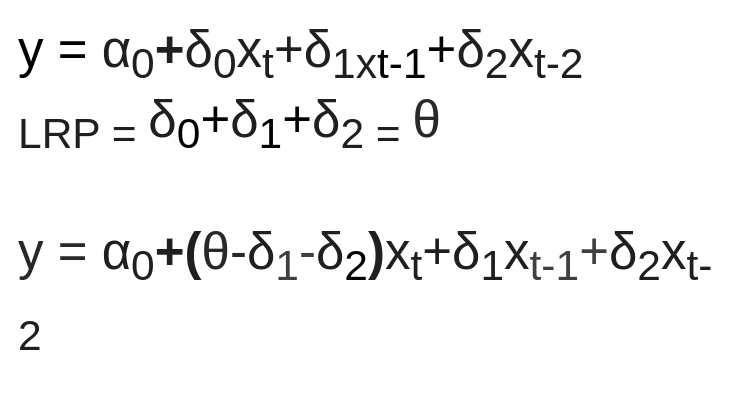
This is 03-time-ser/LRP.drawio from MLargo-bit/Econometrics, a draw.io file, before an edit. Source tidied: cells renumbered, new cells numbered last; positions are measured from the earlier drawing's top-left corner, leaving out a move shared by most shapes. Both pictures are drawn from the tidied source at 100%, with x=0, y=0 at pixel (17, 17).
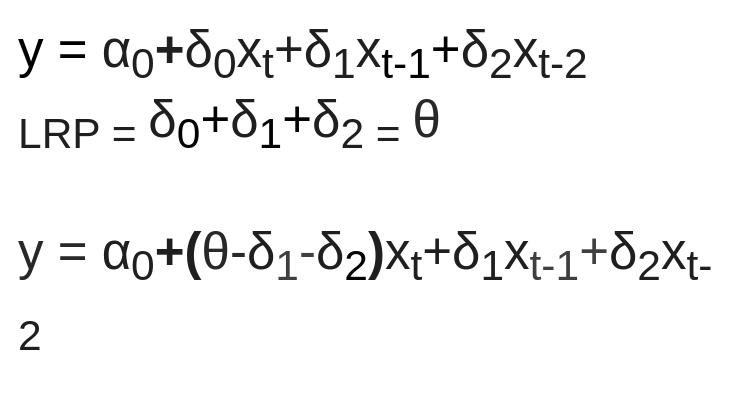
After the change.

Diff of the diagram source:
```diff
@@
 <mxGraphModel>
   <root>
     <mxCell id="0" />
     <mxCell id="1" parent="0" />
-    <mxCell id="2" value="&lt;div style=&quot;text-align: left;&quot;&gt;&lt;font style=&quot;font-size: 51px;&quot; face=&quot;Helvetica&quot;&gt;&lt;font style=&quot;background-color: transparent;&quot;&gt;y =&amp;nbsp;&lt;span style=&quot;background-color: rgb(255, 255, 255); color: rgb(31, 31, 31);&quot;&gt;α&lt;sub&gt;0&lt;/sub&gt;&lt;b&gt;+&lt;/b&gt;&lt;/span&gt;&lt;span style=&quot;background-color: rgb(255, 255, 255); color: rgb(31, 31, 31);&quot;&gt;δ&lt;sub&gt;0&lt;/sub&gt;x&lt;sub&gt;t&lt;/sub&gt;+&lt;/span&gt;&lt;/font&gt;&lt;span style=&quot;background-color: rgb(255, 255, 255); color: rgb(31, 31, 31);&quot;&gt;δ&lt;sub&gt;1&lt;/sub&gt;&lt;/span&gt;&lt;span style=&quot;background-color: rgb(255, 255, 255); color: rgb(31, 31, 31);&quot;&gt;&lt;sub&gt;&lt;font&gt;x&lt;/font&gt;&lt;/sub&gt;&lt;/span&gt;&lt;span style=&quot;background-color: transparent;&quot;&gt;&lt;font style=&quot;background-color: rgb(255, 255, 255);&quot;&gt;&lt;sub&gt;t-1&lt;/sub&gt;+&lt;/font&gt;&lt;/span&gt;&lt;span style=&quot;background-color: rgb(255, 255, 255); color: rgb(31, 31, 31);&quot;&gt;δ&lt;/span&gt;&lt;span style=&quot;background-color: rgb(255, 255, 255); color: rgb(31, 31, 31);&quot;&gt;&lt;sub&gt;2&lt;/sub&gt;&lt;/span&gt;&lt;span style=&quot;background-color: rgb(255, 255, 255); color: rgb(31, 31, 31);&quot;&gt;x&lt;sub&gt;t-2&lt;/sub&gt;&lt;/span&gt;&lt;/font&gt;&lt;/div&gt;&lt;div style=&quot;text-align: left;&quot;&gt;&lt;font style=&quot;font-size: 51px;&quot; face=&quot;Helvetica&quot;&gt;&lt;font style=&quot;&quot;&gt;&lt;span style=&quot;color: rgb(31, 31, 31); background-color: rgb(255, 255, 255);&quot;&gt;&lt;sub style=&quot;&quot;&gt;LRP =&amp;nbsp;&lt;/sub&gt;&lt;/span&gt;&lt;span style=&quot;color: rgb(31, 31, 31); background-color: rgb(255, 255, 255);&quot;&gt;δ&lt;/span&gt;&lt;sub style=&quot;background-color: transparent;&quot;&gt;0&lt;/sub&gt;&lt;span style=&quot;background-color: transparent;&quot;&gt;+&lt;/span&gt;&lt;span style=&quot;color: rgb(31, 31, 31); background-color: rgb(255, 255, 255);&quot;&gt;δ&lt;/span&gt;&lt;sub style=&quot;background-color: transparent;&quot;&gt;1&lt;/sub&gt;&lt;span style=&quot;background-color: transparent;&quot;&gt;+&lt;/span&gt;&lt;span style=&quot;color: rgb(31, 31, 31); background-color: rgb(255, 255, 255);&quot;&gt;δ&lt;sub&gt;2 =&amp;nbsp;&lt;/sub&gt;&lt;/span&gt;&lt;/font&gt;&lt;span style=&quot;background-color: rgb(255, 255, 255); color: rgb(40, 40, 40);&quot;&gt;θ&lt;/span&gt;&lt;/font&gt;&lt;/div&gt;&lt;div style=&quot;text-align: left;&quot;&gt;&lt;font style=&quot;font-size: 51px;&quot; face=&quot;Helvetica&quot;&gt;&lt;span style=&quot;background-color: rgb(255, 255, 255); color: rgb(40, 40, 40);&quot;&gt;&lt;br&gt;&lt;/span&gt;&lt;/font&gt;&lt;/div&gt;&lt;div style=&quot;text-align: left;&quot;&gt;&lt;font style=&quot;font-size: 51px;&quot;&gt;&lt;font style=&quot;&quot; face=&quot;Helvetica&quot;&gt;&lt;span style=&quot;background-color: rgb(255, 255, 255); color: rgb(40, 40, 40);&quot;&gt;y =&amp;nbsp;&lt;/span&gt;&lt;/font&gt;&lt;font style=&quot;background-color: transparent; color: rgb(63, 63, 63);&quot;&gt;&lt;span style=&quot;background-color: rgb(255, 255, 255); color: rgb(31, 31, 31);&quot;&gt;α&lt;sub&gt;0&lt;/sub&gt;&lt;b&gt;+(&lt;/b&gt;&lt;/span&gt;&lt;/font&gt;&lt;span style=&quot;background-color: rgb(255, 255, 255); color: rgb(40, 40, 40);&quot;&gt;θ-&lt;/span&gt;&lt;span style=&quot;background-color: rgb(255, 255, 255); color: rgb(31, 31, 31);&quot;&gt;δ&lt;/span&gt;&lt;sub style=&quot;background-color: transparent; color: rgb(63, 63, 63);&quot;&gt;1&lt;/sub&gt;&lt;span style=&quot;background-color: transparent; color: rgb(63, 63, 63);&quot;&gt;-&lt;/span&gt;&lt;span style=&quot;color: rgb(31, 31, 31); background-color: rgb(255, 255, 255);&quot;&gt;δ&lt;/span&gt;&lt;sub style=&quot;background-color: transparent;&quot;&gt;2&lt;/sub&gt;&lt;font style=&quot;color: rgb(63, 63, 63); background-color: transparent;&quot;&gt;&lt;span style=&quot;background-color: rgb(255, 255, 255); color: rgb(31, 31, 31);&quot;&gt;&lt;b&gt;)&lt;/b&gt;&lt;/span&gt;&lt;span style=&quot;background-color: rgb(255, 255, 255); color: rgb(31, 31, 31);&quot;&gt;x&lt;sub&gt;t&lt;/sub&gt;+&lt;/span&gt;&lt;/font&gt;&lt;span style=&quot;background-color: rgb(255, 255, 255); color: rgb(31, 31, 31);&quot;&gt;δ&lt;sub&gt;1&lt;/sub&gt;&lt;/span&gt;&lt;span style=&quot;background-color: rgb(255, 255, 255); color: rgb(31, 31, 31);&quot;&gt;x&lt;/span&gt;&lt;span style=&quot;color: rgb(63, 63, 63); background-color: transparent;&quot;&gt;&lt;font style=&quot;background-color: rgb(255, 255, 255);&quot;&gt;&lt;sub&gt;t-1&lt;/sub&gt;+&lt;/font&gt;&lt;/span&gt;&lt;span style=&quot;background-color: rgb(255, 255, 255); color: rgb(31, 31, 31);&quot;&gt;δ&lt;/span&gt;&lt;span style=&quot;background-color: rgb(255, 255, 255); color: rgb(31, 31, 31);&quot;&gt;&lt;sub&gt;2&lt;/sub&gt;&lt;/span&gt;&lt;span style=&quot;background-color: rgb(255, 255, 255); color: rgb(31, 31, 31);&quot;&gt;x&lt;sub&gt;t-2&lt;/sub&gt;&lt;/span&gt;&lt;/font&gt;&lt;/div&gt;&lt;div style=&quot;text-align: left;&quot;&gt;&lt;br&gt;&lt;/div&gt;&lt;div&gt;&lt;br&gt;&lt;/div&gt;" style="text;html=1;align=center;verticalAlign=middle;whiteSpace=wrap;rounded=0;" parent="1" vertex="1">
+    <mxCell id="2" value="&lt;div style=&quot;text-align: left;&quot;&gt;&lt;font style=&quot;&quot; face=&quot;Helvetica&quot;&gt;&lt;font style=&quot;font-size: 51px; background-color: transparent;&quot;&gt;y =&amp;nbsp;&lt;span style=&quot;background-color: rgb(255, 255, 255); color: rgb(31, 31, 31);&quot;&gt;α&lt;sub&gt;0&lt;/sub&gt;&lt;b&gt;+&lt;/b&gt;&lt;/span&gt;&lt;span style=&quot;background-color: rgb(255, 255, 255); color: rgb(31, 31, 31);&quot;&gt;δ&lt;sub&gt;0&lt;/sub&gt;x&lt;sub&gt;t&lt;/sub&gt;+&lt;/span&gt;&lt;/font&gt;&lt;span style=&quot;font-size: 51px; background-color: rgb(255, 255, 255); color: rgb(31, 31, 31);&quot;&gt;δ&lt;sub&gt;1&lt;/sub&gt;&lt;/span&gt;&lt;span style=&quot;background-color: rgb(255, 255, 255); color: rgb(31, 31, 31);&quot;&gt;&lt;font style=&quot;font-size: 51px;&quot;&gt;x&lt;/font&gt;&lt;/span&gt;&lt;span style=&quot;font-size: 51px; background-color: transparent;&quot;&gt;&lt;font style=&quot;background-color: rgb(255, 255, 255);&quot;&gt;&lt;sub&gt;t-1&lt;/sub&gt;+&lt;/font&gt;&lt;/span&gt;&lt;span style=&quot;font-size: 51px; background-color: rgb(255, 255, 255); color: rgb(31, 31, 31);&quot;&gt;δ&lt;/span&gt;&lt;span style=&quot;font-size: 51px; background-color: rgb(255, 255, 255); color: rgb(31, 31, 31);&quot;&gt;&lt;sub&gt;2&lt;/sub&gt;&lt;/span&gt;&lt;span style=&quot;font-size: 51px; background-color: rgb(255, 255, 255); color: rgb(31, 31, 31);&quot;&gt;x&lt;sub&gt;t-2&lt;/sub&gt;&lt;/span&gt;&lt;/font&gt;&lt;/div&gt;&lt;div style=&quot;text-align: left;&quot;&gt;&lt;font style=&quot;font-size: 51px;&quot; face=&quot;Helvetica&quot;&gt;&lt;font style=&quot;&quot;&gt;&lt;span style=&quot;color: rgb(31, 31, 31); background-color: rgb(255, 255, 255);&quot;&gt;&lt;sub style=&quot;&quot;&gt;LRP =&amp;nbsp;&lt;/sub&gt;&lt;/span&gt;&lt;span style=&quot;color: rgb(31, 31, 31); background-color: rgb(255, 255, 255);&quot;&gt;δ&lt;/span&gt;&lt;sub style=&quot;background-color: transparent;&quot;&gt;0&lt;/sub&gt;&lt;span style=&quot;background-color: transparent;&quot;&gt;+&lt;/span&gt;&lt;span style=&quot;color: rgb(31, 31, 31); background-color: rgb(255, 255, 255);&quot;&gt;δ&lt;/span&gt;&lt;sub style=&quot;background-color: transparent;&quot;&gt;1&lt;/sub&gt;&lt;span style=&quot;background-color: transparent;&quot;&gt;+&lt;/span&gt;&lt;span style=&quot;color: rgb(31, 31, 31); background-color: rgb(255, 255, 255);&quot;&gt;δ&lt;sub&gt;2 =&amp;nbsp;&lt;/sub&gt;&lt;/span&gt;&lt;/font&gt;&lt;span style=&quot;background-color: rgb(255, 255, 255); color: rgb(40, 40, 40);&quot;&gt;θ&lt;/span&gt;&lt;/font&gt;&lt;/div&gt;&lt;div style=&quot;text-align: left;&quot;&gt;&lt;font style=&quot;font-size: 51px;&quot; face=&quot;Helvetica&quot;&gt;&lt;span style=&quot;background-color: rgb(255, 255, 255); color: rgb(40, 40, 40);&quot;&gt;&lt;br&gt;&lt;/span&gt;&lt;/font&gt;&lt;/div&gt;&lt;div style=&quot;text-align: left;&quot;&gt;&lt;font style=&quot;font-size: 51px;&quot;&gt;&lt;font style=&quot;&quot; face=&quot;Helvetica&quot;&gt;&lt;span style=&quot;background-color: rgb(255, 255, 255); color: rgb(40, 40, 40);&quot;&gt;y =&amp;nbsp;&lt;/span&gt;&lt;/font&gt;&lt;font style=&quot;background-color: transparent; color: rgb(63, 63, 63);&quot;&gt;&lt;span style=&quot;background-color: rgb(255, 255, 255); color: rgb(31, 31, 31);&quot;&gt;α&lt;sub&gt;0&lt;/sub&gt;&lt;b&gt;+(&lt;/b&gt;&lt;/span&gt;&lt;/font&gt;&lt;span style=&quot;background-color: rgb(255, 255, 255); color: rgb(40, 40, 40);&quot;&gt;θ-&lt;/span&gt;&lt;span style=&quot;background-color: rgb(255, 255, 255); color: rgb(31, 31, 31);&quot;&gt;δ&lt;/span&gt;&lt;sub style=&quot;background-color: transparent; color: rgb(63, 63, 63);&quot;&gt;1&lt;/sub&gt;&lt;span style=&quot;background-color: transparent; color: rgb(63, 63, 63);&quot;&gt;-&lt;/span&gt;&lt;span style=&quot;color: rgb(31, 31, 31); background-color: rgb(255, 255, 255);&quot;&gt;δ&lt;/span&gt;&lt;sub style=&quot;background-color: transparent;&quot;&gt;2&lt;/sub&gt;&lt;font style=&quot;color: rgb(63, 63, 63); background-color: transparent;&quot;&gt;&lt;span style=&quot;background-color: rgb(255, 255, 255); color: rgb(31, 31, 31);&quot;&gt;&lt;b&gt;)&lt;/b&gt;&lt;/span&gt;&lt;span style=&quot;background-color: rgb(255, 255, 255); color: rgb(31, 31, 31);&quot;&gt;x&lt;sub&gt;t&lt;/sub&gt;+&lt;/span&gt;&lt;/font&gt;&lt;span style=&quot;background-color: rgb(255, 255, 255); color: rgb(31, 31, 31);&quot;&gt;δ&lt;sub&gt;1&lt;/sub&gt;&lt;/span&gt;&lt;span style=&quot;background-color: rgb(255, 255, 255); color: rgb(31, 31, 31);&quot;&gt;x&lt;/span&gt;&lt;span style=&quot;color: rgb(63, 63, 63); background-color: transparent;&quot;&gt;&lt;font style=&quot;background-color: rgb(255, 255, 255);&quot;&gt;&lt;sub&gt;t-1&lt;/sub&gt;+&lt;/font&gt;&lt;/span&gt;&lt;span style=&quot;background-color: rgb(255, 255, 255); color: rgb(31, 31, 31);&quot;&gt;δ&lt;/span&gt;&lt;span style=&quot;background-color: rgb(255, 255, 255); color: rgb(31, 31, 31);&quot;&gt;&lt;sub&gt;2&lt;/sub&gt;&lt;/span&gt;&lt;span style=&quot;background-color: rgb(255, 255, 255); color: rgb(31, 31, 31);&quot;&gt;x&lt;sub&gt;t-2&lt;/sub&gt;&lt;/span&gt;&lt;/font&gt;&lt;/div&gt;&lt;div style=&quot;text-align: left;&quot;&gt;&lt;br&gt;&lt;/div&gt;&lt;div&gt;&lt;br&gt;&lt;/div&gt;" style="text;html=1;align=center;verticalAlign=middle;whiteSpace=wrap;rounded=0;" parent="1" vertex="1">
       <mxGeometry width="699" height="374" as="geometry" />
     </mxCell>
   </root>
 </mxGraphModel>
```
